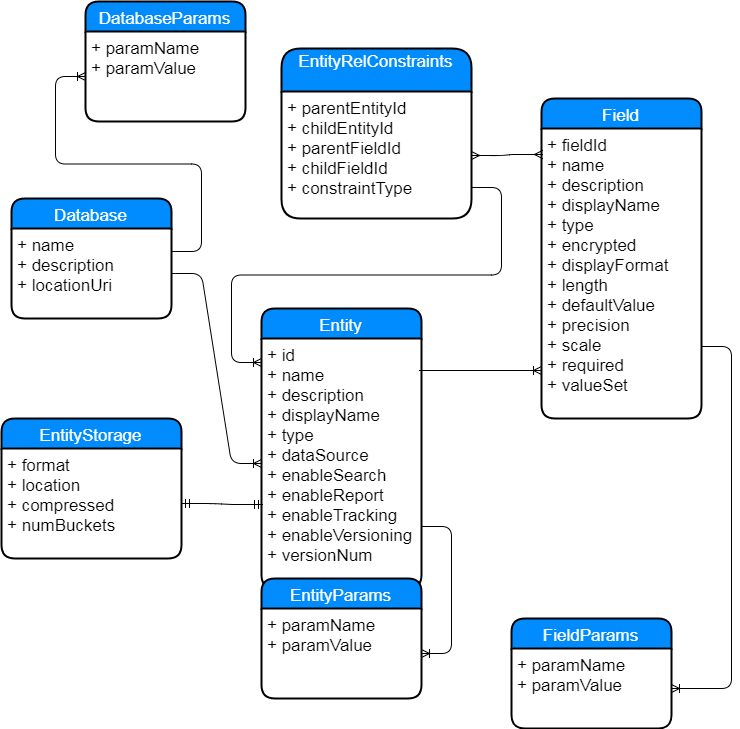
Before: entity.png, a diagram exported from draw.io (sandhyaagarwal/diagrams). Source tidied: cells renumbered, new cells last; positions are measured from the earlier drawing's top-left corner, leaving out a move shared by most shapes.
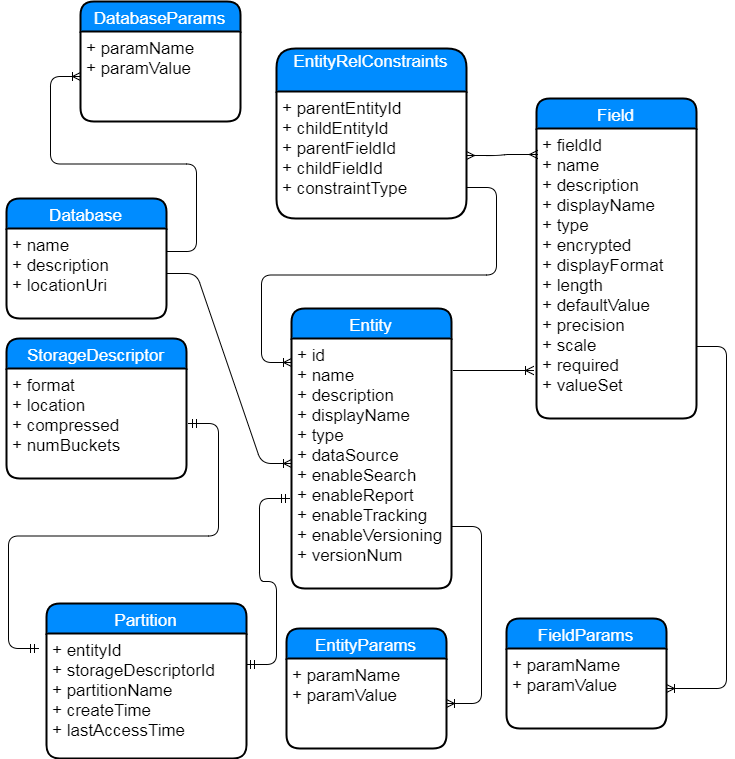
The same file after the commit.

What changed in the source:
```diff
@@ -3,19 +3,19 @@
     <mxCell id="0" />
     <mxCell id="1" parent="0" />
     <mxCell id="2" value="Entity" style="swimlane;horizontal=1;startSize=30;fillColor=#008cff;fontColor=#FFFFFF;rounded=1;fontSize=17;fontStyle=0;strokeWidth=2;shadow=0;dashed=0;align=center;" parent="1" vertex="1">
-      <mxGeometry x="260" y="307" width="160" height="280" as="geometry" />
+      <mxGeometry x="295" y="307" width="160" height="280" as="geometry" />
     </mxCell>
     <mxCell id="3" value="+ id&#10;+ name&#10;+ description&#10;+ displayName&#10;+ type&#10;+ dataSource&#10;+ enableSearch&#10;+ enableReport&#10;+ enableTracking&#10;+ enableVersioning&#10;+ versionNum" style="align=left;strokeColor=none;fillColor=none;spacingLeft=4;fontSize=17;verticalAlign=top;" parent="2" vertex="1">
       <mxGeometry y="30" width="160" height="250" as="geometry" />
     </mxCell>
     <mxCell id="4" style="edgeStyle=entityRelationEdgeStyle;html=1;endArrow=ERoneToMany;entryX=0.013;entryY=0.834;entryPerimeter=0;" parent="1" edge="1">
       <mxGeometry relative="1" as="geometry">
-        <mxPoint x="418" y="369" as="sourcePoint" />
-        <mxPoint x="540" y="369" as="targetPoint" />
+        <mxPoint x="457" y="369" as="sourcePoint" />
+        <mxPoint x="537" y="369" as="targetPoint" />
       </mxGeometry>
     </mxCell>
     <mxCell id="5" value="EntityParams" style="swimlane;horizontal=1;startSize=30;fillColor=#008cff;fontColor=#FFFFFF;rounded=1;fontSize=17;fontStyle=0;strokeWidth=2;shadow=0;dashed=0;align=center;" parent="1" vertex="1">
-      <mxGeometry x="260" y="577" width="160" height="120" as="geometry" />
+      <mxGeometry x="290" y="627" width="160" height="120" as="geometry" />
     </mxCell>
     <mxCell id="6" value="+ paramName&#10;+ paramValue" style="align=left;strokeColor=none;fillColor=none;spacingLeft=4;fontSize=17;verticalAlign=top;" parent="5" vertex="1">
       <mxGeometry y="30" width="160" height="90" as="geometry" />
@@ -38,13 +38,8 @@
     <mxCell id="12" value="+ fieldId&#10;+ name&#10;+ description&#10;+ displayName&#10;+ type&#10;+ encrypted&#10;+ displayFormat&#10;+ length&#10;+ defaultValue&#10;+ precision&#10;+ scale&#10;+ required&#10;+ valueSet&#10;" style="align=left;strokeColor=none;fillColor=none;spacingLeft=4;fontSize=17;verticalAlign=top;" parent="11" vertex="1">
       <mxGeometry y="30" width="160" height="290" as="geometry" />
     </mxCell>
-    <mxCell id="13" style="edgeStyle=entityRelationEdgeStyle;html=1;endArrow=ERmandOne;startArrow=ERmandOne;exitX=1;exitY=0.5;" parent="1" edge="1" source="15">
-      <mxGeometry relative="1" as="geometry">
-        <mxPoint x="261" y="503" as="targetPoint" />
-      </mxGeometry>
-    </mxCell>
-    <mxCell id="14" value="EntityStorage" style="swimlane;horizontal=1;startSize=30;fillColor=#008cff;fontColor=#FFFFFF;rounded=1;fontSize=17;fontStyle=0;strokeWidth=2;shadow=0;dashed=0;align=center;" parent="1" vertex="1">
-      <mxGeometry y="417" width="180" height="140" as="geometry" />
+    <mxCell id="14" value="StorageDescriptor" style="swimlane;horizontal=1;startSize=30;fillColor=#008cff;fontColor=#FFFFFF;rounded=1;fontSize=17;fontStyle=0;strokeWidth=2;shadow=0;dashed=0;align=center;" parent="1" vertex="1">
+      <mxGeometry x="10" y="337" width="180" height="140" as="geometry" />
     </mxCell>
     <mxCell id="15" value="+ format&#10;+ location&#10;+ compressed&#10;+ numBuckets&#10;&#10;" style="align=left;strokeColor=none;fillColor=none;spacingLeft=4;fontSize=17;verticalAlign=top;" parent="14" vertex="1">
       <mxGeometry y="30" width="180" height="110" as="geometry" />
@@ -79,5 +74,20 @@
     <mxCell id="25" style="edgeStyle=entityRelationEdgeStyle;html=1;endArrow=ERoneToMany;entryX=0;entryY=0.5;exitX=1;exitY=0.25;" parent="1" edge="1" source="21" target="24">
       <mxGeometry relative="1" as="geometry" />
     </mxCell>
+    <mxCell id="26" value="Partition" style="swimlane;horizontal=1;startSize=30;fillColor=#008cff;fontColor=#FFFFFF;rounded=1;fontSize=17;fontStyle=0;strokeWidth=2;shadow=0;dashed=0;align=center;" parent="1" vertex="1">
+      <mxGeometry x="50" y="602" width="200" height="155" as="geometry" />
+    </mxCell>
+    <mxCell id="27" value="+ entityId &#10;+ storageDescriptorId&#10;+ partitionName&#10;+ createTime&#10;+ lastAccessTime" style="align=left;strokeColor=none;fillColor=none;spacingLeft=4;fontSize=17;verticalAlign=top;" parent="26" vertex="1">
+      <mxGeometry y="30" width="200" height="125" as="geometry" />
+    </mxCell>
+    <mxCell id="28" style="edgeStyle=entityRelationEdgeStyle;html=1;endArrow=ERmandOne;startArrow=ERmandOne;entryX=-0.012;entryY=0.64;entryPerimeter=0;exitX=1;exitY=0.25;" parent="1" edge="1" source="27" target="3">
+      <mxGeometry relative="1" as="geometry" />
+    </mxCell>
+    <mxCell id="29" style="edgeStyle=entityRelationEdgeStyle;html=1;endArrow=ERmandOne;startArrow=ERmandOne;" parent="1" edge="1">
+      <mxGeometry relative="1" as="geometry">
+        <mxPoint x="192" y="422" as="sourcePoint" />
+        <mxPoint x="42" y="647" as="targetPoint" />
+      </mxGeometry>
+    </mxCell>
   </root>
 </mxGraphModel>
```
